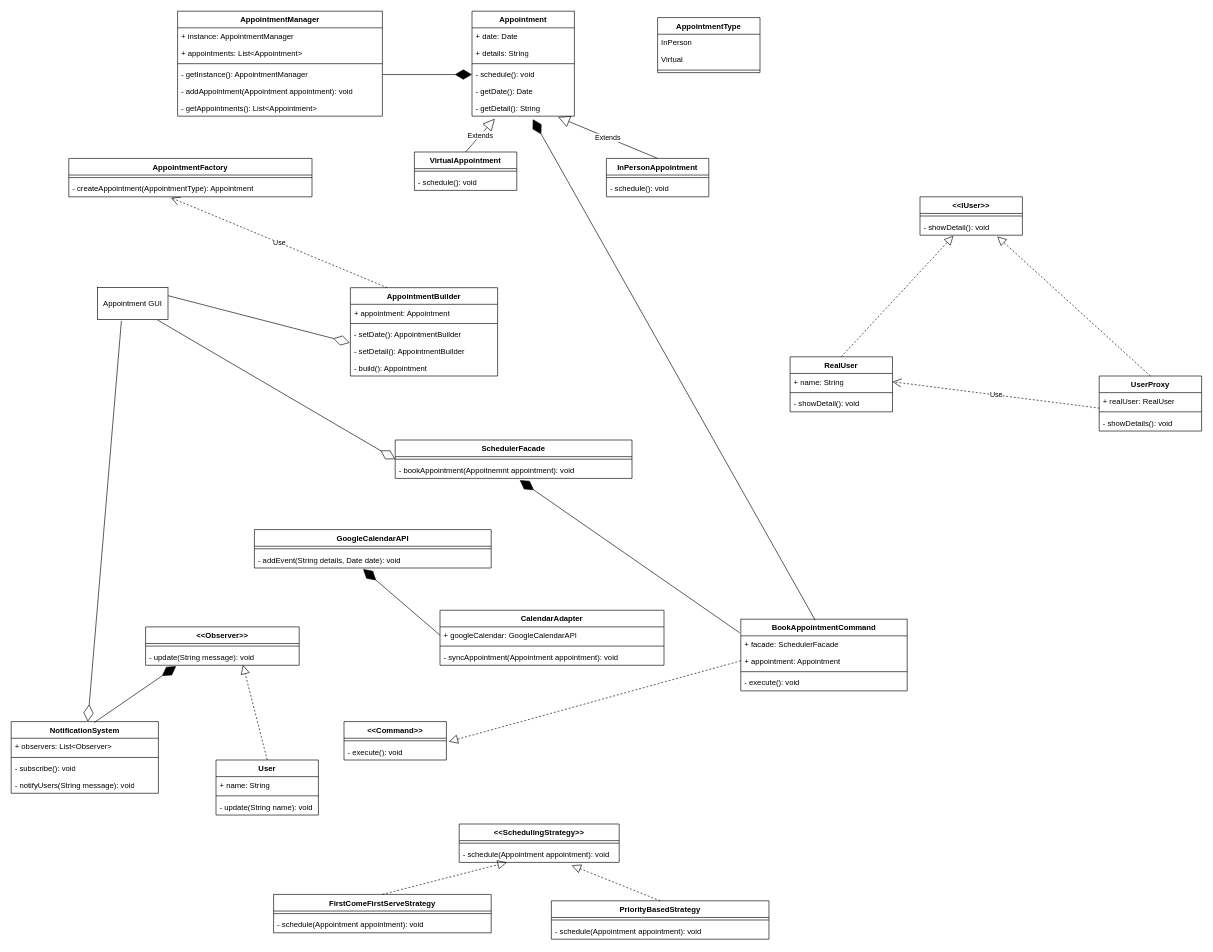
K1enNg/MP6-Nottify keeps this draw.io diagram as Diagram/ClassDiagram.drawio. Above is the earlier version. Source tidied: cells renumbered, new cells numbered last; positions are measured from the earlier drawing's top-left corner, leaving out a move shared by most shapes. Both pictures are drawn from the tidied source at 64%, with x=0, y=0 at pixel (11, 11).
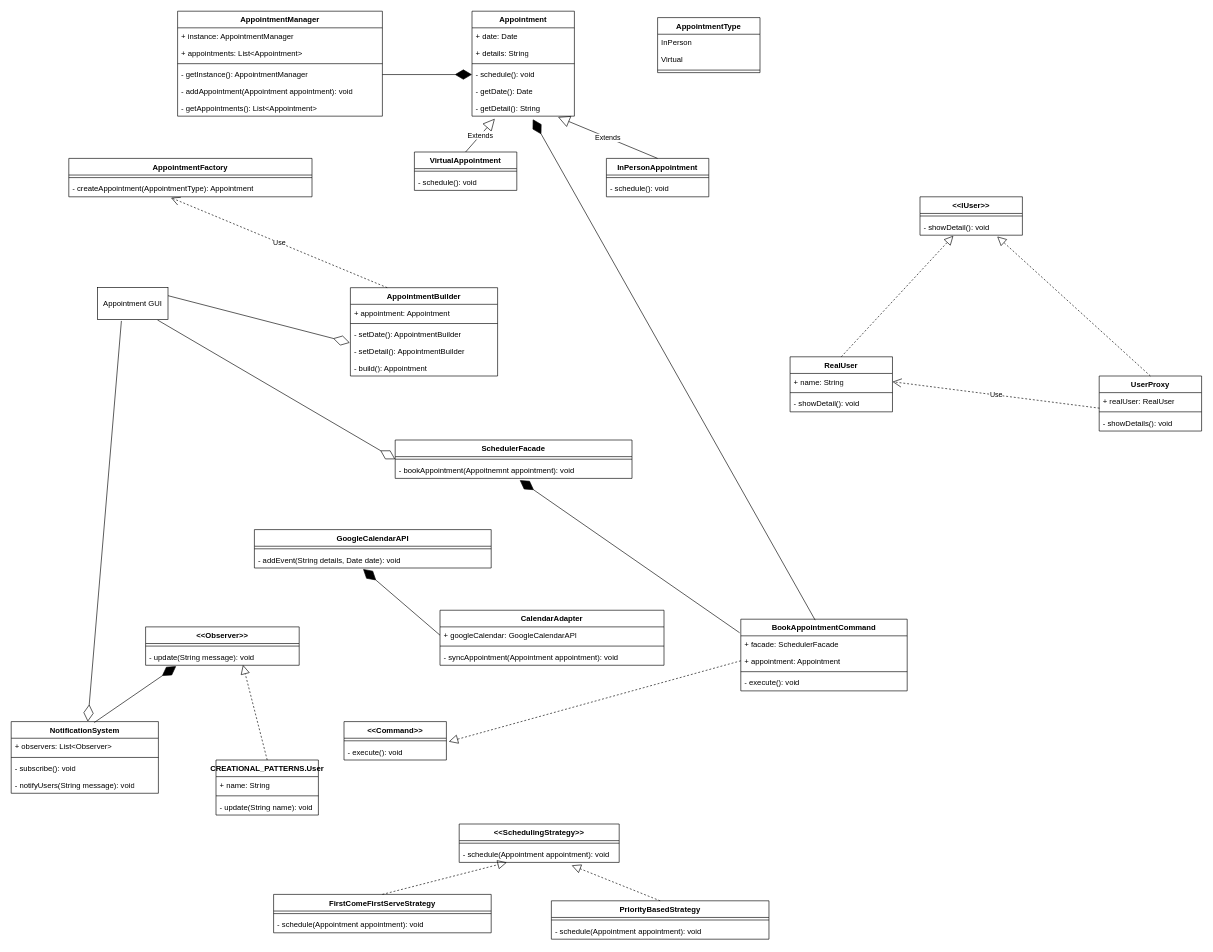
Above is the later version.

Commit message (it also covers changes not shown here):
catogorized user roles

The edit, as a diff of the source:
```diff
@@
-    <mxCell id="38" value="User" style="swimlane;fontStyle=1;align=center;verticalAlign=top;horizontal=1;startSize=26;whiteSpace=wrap;html=1;" parent="1" vertex="1">
+    <mxCell id="38" value="CREATIONAL_PATTERNS.User" style="swimlane;fontStyle=1;align=center;verticalAlign=top;horizontal=1;startSize=26;whiteSpace=wrap;html=1;" parent="1" vertex="1">
       <mxGeometry x="320" y="1170" width="160" height="86" as="geometry" />
     </mxCell>
```
